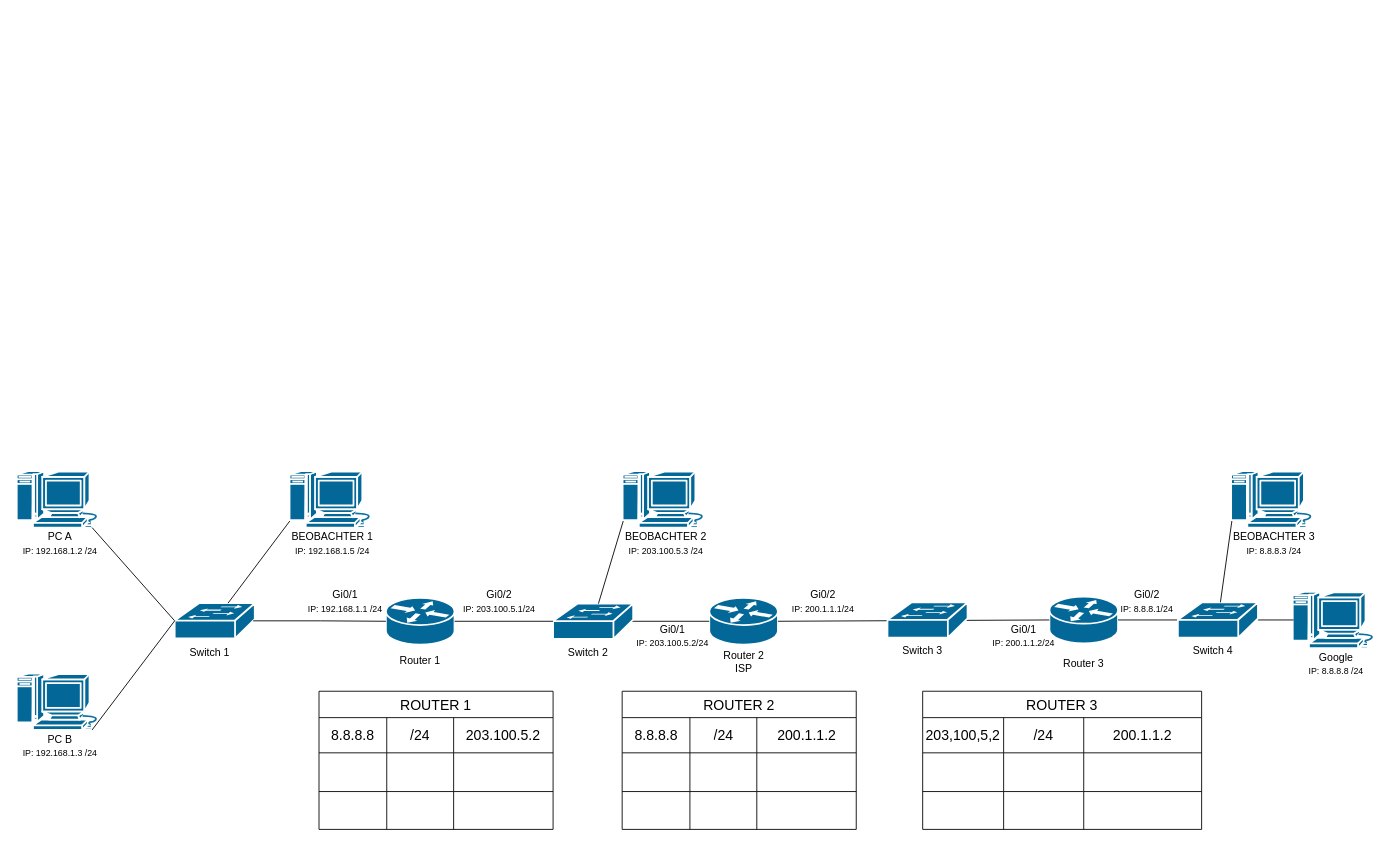
Above: Ubung NAT.drawio in PLAD26/-MAC-Tabellen-und-Switching- (draw.io), before the change. Source tidied: cells renumbered, new cells numbered last; positions are measured from the earlier drawing's top-left corner, leaving out a move shared by most shapes. Both pictures are drawn from the tidied source at 88%, with x=0, y=0 at pixel (16, 471).
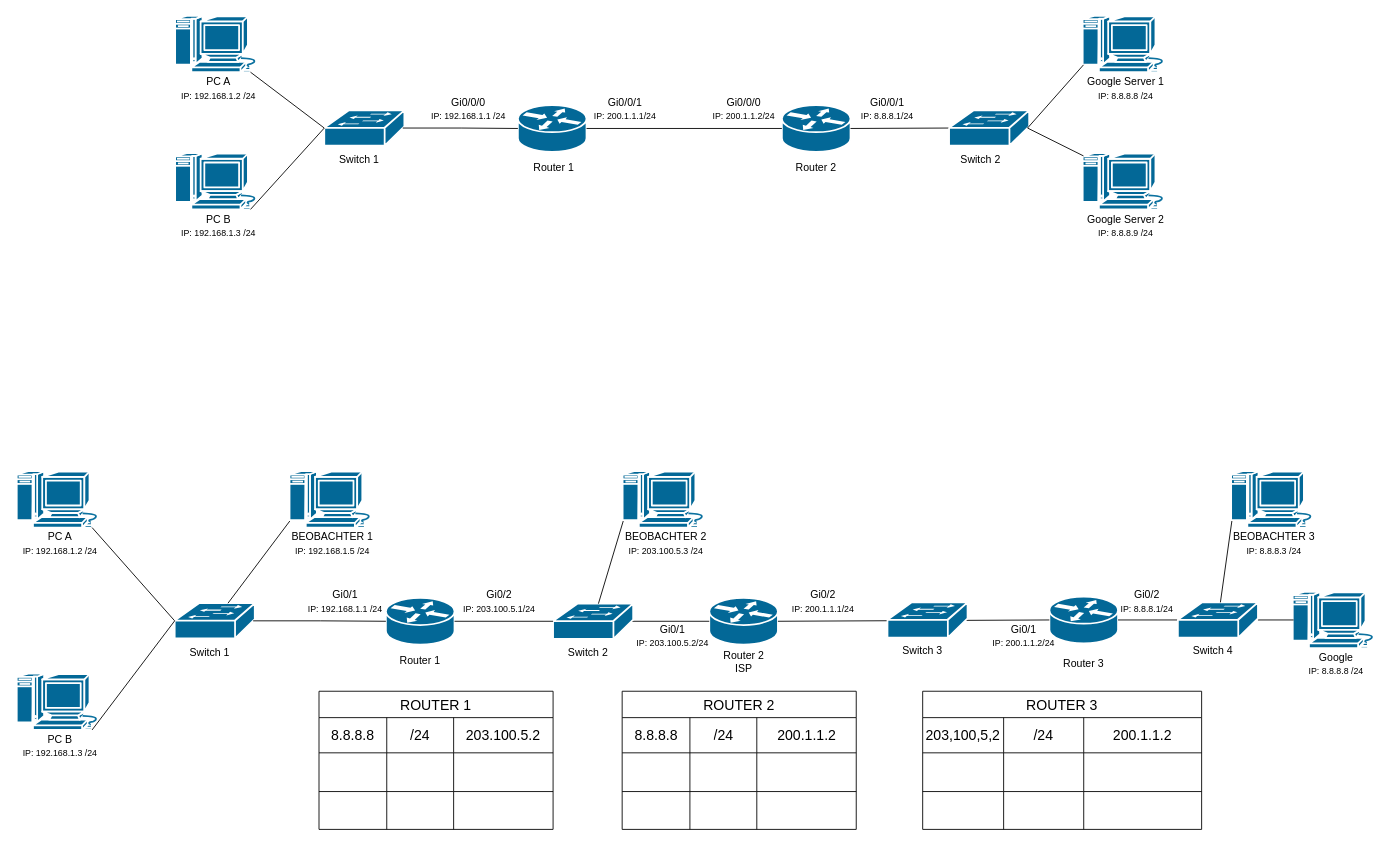
After the change.

Change to the diagram source:
```diff
@@
+    <mxCell id="84" style="sketch=0;html=1;dashed=0;fillColor=#036897;strokeColor=#ffffff;strokeWidth=2;verticalLabelPosition=bottom;verticalAlign=top;align=center;outlineConnect=0;shape=mxgraph.cisco.computers_and_peripherals.macintosh;" parent="1" vertex="1">
+      <mxGeometry x="180" y="-517.5" width="99" height="64" as="geometry" />
+    </mxCell>
+    <mxCell id="85" style="sketch=0;html=1;dashed=0;fillColor=#036897;strokeColor=#ffffff;strokeWidth=2;verticalLabelPosition=bottom;verticalAlign=top;align=center;outlineConnect=0;shape=mxgraph.cisco.computers_and_peripherals.macintosh;" parent="1" vertex="1">
+      <mxGeometry x="180" y="-361.5" width="99" height="64" as="geometry" />
+    </mxCell>
+    <mxCell id="86" style="strokeColor=#ffffff;sketch=0;html=1;dashed=0;fillColor=#036897;strokeWidth=2;verticalLabelPosition=bottom;verticalAlign=top;align=center;outlineConnect=0;shape=mxgraph.cisco.switches.workgroup_switch;" parent="1" vertex="1">
+      <mxGeometry x="350" y="-410" width="91" height="40" as="geometry" />
+    </mxCell>
+    <mxCell id="87" style="strokeColor=#ffffff;sketch=0;html=1;dashed=0;fillColor=#036897;strokeWidth=2;verticalLabelPosition=bottom;verticalAlign=top;align=center;outlineConnect=0;shape=mxgraph.cisco.routers.router;" parent="1" vertex="1">
+      <mxGeometry x="570" y="-416" width="78" height="53" as="geometry" />
+    </mxCell>
+    <mxCell id="88" style="rounded=0;jettySize=auto;html=1;exitX=0.87;exitY=1;exitDx=0;exitDy=0;exitPerimeter=0;entryX=0;entryY=0.5;entryDx=0;entryDy=0;entryPerimeter=0;endArrow=none;endFill=0;" parent="1" edge="1" source="84" target="86">
+      <mxGeometry relative="1" as="geometry" />
+    </mxCell>
+    <mxCell id="89" style="rounded=0;jettySize=auto;html=1;exitX=0.87;exitY=1;exitDx=0;exitDy=0;exitPerimeter=0;entryX=0;entryY=0.5;entryDx=0;entryDy=0;entryPerimeter=0;endArrow=none;endFill=0;" parent="1" edge="1" source="85" target="86">
+      <mxGeometry relative="1" as="geometry" />
+    </mxCell>
+    <mxCell id="90" style="edgeStyle=orthogonalEdgeStyle;rounded=0;jettySize=auto;html=1;exitX=0.98;exitY=0.5;exitDx=0;exitDy=0;exitPerimeter=0;entryX=0;entryY=0.5;entryDx=0;entryDy=0;entryPerimeter=0;endArrow=none;endFill=0;" parent="1" edge="1" source="86" target="87">
+      <mxGeometry relative="1" as="geometry" />
+    </mxCell>
+    <mxCell id="91" value="PC A&lt;div&gt;&lt;font style=&quot;font-size: 10px;&quot;&gt;IP: 192.168.1.2 /24&lt;/font&gt;&lt;/div&gt;" style="text;html=1;whiteSpace=wrap;strokeColor=none;fillColor=none;align=center;verticalAlign=middle;rounded=0;" parent="1" vertex="1">
+      <mxGeometry x="185.6" y="-453.5" width="87.8" height="36" as="geometry" />
+    </mxCell>
+    <mxCell id="92" value="PC B&lt;div&gt;&lt;font style=&quot;font-size: 10px;&quot;&gt;IP: 192.168.1.3 /24&lt;/font&gt;&lt;/div&gt;" style="text;html=1;whiteSpace=wrap;strokeColor=none;fillColor=none;align=center;verticalAlign=middle;rounded=0;" parent="1" vertex="1">
+      <mxGeometry x="185.6" y="-297.5" width="87.8" height="36" as="geometry" />
+    </mxCell>
+    <mxCell id="93" value="Gi0/0/0&lt;br&gt;&lt;div&gt;&lt;font style=&quot;font-size: 10px;&quot;&gt;IP: 192.168.1.1 /24&lt;/font&gt;&lt;/div&gt;" style="text;html=1;whiteSpace=wrap;strokeColor=none;fillColor=none;align=center;verticalAlign=middle;rounded=0;" parent="1" vertex="1">
+      <mxGeometry x="470" y="-430" width="87.8" height="36" as="geometry" />
+    </mxCell>
+    <mxCell id="94" value="Router 1" style="text;html=1;whiteSpace=wrap;strokeColor=none;fillColor=none;align=center;verticalAlign=middle;rounded=0;" parent="1" vertex="1">
+      <mxGeometry x="581" y="-360" width="60" height="30" as="geometry" />
+    </mxCell>
+    <mxCell id="95" value="Switch 1" style="text;html=1;whiteSpace=wrap;strokeColor=none;fillColor=none;align=center;verticalAlign=middle;rounded=0;" parent="1" vertex="1">
+      <mxGeometry x="360" y="-369.5" width="60" height="30" as="geometry" />
+    </mxCell>
+    <mxCell id="96" style="strokeColor=#ffffff;sketch=0;html=1;dashed=0;fillColor=#036897;strokeWidth=2;verticalLabelPosition=bottom;verticalAlign=top;align=center;outlineConnect=0;shape=mxgraph.cisco.routers.router;" parent="1" vertex="1">
+      <mxGeometry x="870" y="-416" width="78" height="53" as="geometry" />
+    </mxCell>
+    <mxCell id="97" style="sketch=0;html=1;dashed=0;fillColor=#036897;strokeColor=#ffffff;strokeWidth=2;verticalLabelPosition=bottom;verticalAlign=top;align=center;outlineConnect=0;shape=mxgraph.cisco.computers_and_peripherals.macintosh;" parent="1" vertex="1">
+      <mxGeometry x="1211.3" y="-517.5" width="99" height="64" as="geometry" />
+    </mxCell>
+    <mxCell id="98" value="Google Server 1&lt;br&gt;&lt;div&gt;&lt;font style=&quot;font-size: 10px;&quot;&gt;IP: 8.8.8.8 /24&lt;/font&gt;&lt;/div&gt;" style="text;html=1;whiteSpace=wrap;strokeColor=none;fillColor=none;align=center;verticalAlign=middle;rounded=0;" parent="1" vertex="1">
+      <mxGeometry x="1201.6" y="-453.5" width="118.4" height="36" as="geometry" />
+    </mxCell>
+    <mxCell id="99" value="Router 2" style="text;html=1;whiteSpace=wrap;strokeColor=none;fillColor=none;align=center;verticalAlign=middle;rounded=0;" parent="1" vertex="1">
+      <mxGeometry x="879" y="-360.5" width="60" height="30" as="geometry" />
+    </mxCell>
+    <mxCell id="100" value="Gi0/0/1&lt;br&gt;&lt;div&gt;&lt;font style=&quot;font-size: 10px;&quot;&gt;IP: 8.8.8.1/24&lt;/font&gt;&lt;/div&gt;" style="text;html=1;whiteSpace=wrap;strokeColor=none;fillColor=none;align=center;verticalAlign=middle;rounded=0;" parent="1" vertex="1">
+      <mxGeometry x="939" y="-430" width="102" height="36" as="geometry" />
+    </mxCell>
+    <mxCell id="101" style="rounded=0;jettySize=auto;html=1;exitX=1;exitY=0.5;exitDx=0;exitDy=0;exitPerimeter=0;entryX=0.015;entryY=0.5;entryDx=0;entryDy=0;entryPerimeter=0;endArrow=none;endFill=0;" parent="1" edge="1" source="96" target="102">
+      <mxGeometry relative="1" as="geometry" />
+    </mxCell>
+    <mxCell id="102" style="strokeColor=#ffffff;sketch=0;html=1;dashed=0;fillColor=#036897;strokeWidth=2;verticalLabelPosition=bottom;verticalAlign=top;align=center;outlineConnect=0;shape=mxgraph.cisco.switches.workgroup_switch;" parent="1" vertex="1">
+      <mxGeometry x="1060" y="-410" width="91" height="40" as="geometry" />
+    </mxCell>
+    <mxCell id="103" value="Switch 2" style="text;html=1;whiteSpace=wrap;strokeColor=none;fillColor=none;align=center;verticalAlign=middle;rounded=0;" parent="1" vertex="1">
+      <mxGeometry x="1066" y="-369" width="60" height="30" as="geometry" />
+    </mxCell>
+    <mxCell id="104" style="edgeStyle=orthogonalEdgeStyle;rounded=0;jettySize=auto;html=1;exitX=1;exitY=0.5;exitDx=0;exitDy=0;exitPerimeter=0;entryX=0;entryY=0.5;entryDx=0;entryDy=0;entryPerimeter=0;endArrow=none;endFill=0;" parent="1" edge="1" source="87" target="96">
+      <mxGeometry relative="1" as="geometry" />
+    </mxCell>
+    <mxCell id="105" value="Gi0/0/1&lt;br&gt;&lt;div&gt;&lt;font style=&quot;font-size: 10px;&quot;&gt;IP: 200.1.1.1/24&lt;/font&gt;&lt;/div&gt;" style="text;html=1;whiteSpace=wrap;strokeColor=none;fillColor=none;align=center;verticalAlign=middle;rounded=0;" parent="1" vertex="1">
+      <mxGeometry x="641" y="-430" width="102" height="36" as="geometry" />
+    </mxCell>
+    <mxCell id="106" value="Gi0/0/0&lt;br&gt;&lt;div&gt;&lt;font style=&quot;font-size: 10px;&quot;&gt;IP: 200.1.1.2/24&lt;/font&gt;&lt;/div&gt;" style="text;html=1;whiteSpace=wrap;strokeColor=none;fillColor=none;align=center;verticalAlign=middle;rounded=0;" parent="1" vertex="1">
+      <mxGeometry x="775.5" y="-430" width="102" height="36" as="geometry" />
+    </mxCell>
+    <mxCell id="107" style="sketch=0;html=1;dashed=0;fillColor=#036897;strokeColor=#ffffff;strokeWidth=2;verticalLabelPosition=bottom;verticalAlign=top;align=center;outlineConnect=0;shape=mxgraph.cisco.computers_and_peripherals.macintosh;" parent="1" vertex="1">
+      <mxGeometry x="1211.3" y="-361.5" width="99" height="64" as="geometry" />
+    </mxCell>
+    <mxCell id="108" value="Google Server 2&lt;br&gt;&lt;div&gt;&lt;font style=&quot;font-size: 10px;&quot;&gt;IP: 8.8.8.9 /24&lt;/font&gt;&lt;/div&gt;" style="text;html=1;whiteSpace=wrap;strokeColor=none;fillColor=none;align=center;verticalAlign=middle;rounded=0;" parent="1" vertex="1">
+      <mxGeometry x="1201.6" y="-297.5" width="118.4" height="36" as="geometry" />
+    </mxCell>
+    <mxCell id="109" style="rounded=0;jettySize=auto;html=1;exitX=0.98;exitY=0.5;exitDx=0;exitDy=0;exitPerimeter=0;entryX=0.015;entryY=0.87;entryDx=0;entryDy=0;entryPerimeter=0;endArrow=none;endFill=0;" parent="1" edge="1" source="102" target="97">
+      <mxGeometry relative="1" as="geometry" />
+    </mxCell>
+    <mxCell id="110" style="rounded=0;jettySize=auto;html=1;exitX=0.015;exitY=0.05;exitDx=0;exitDy=0;exitPerimeter=0;entryX=0.98;entryY=0.5;entryDx=0;entryDy=0;entryPerimeter=0;endArrow=none;endFill=0;" parent="1" edge="1" source="107" target="102">
+      <mxGeometry relative="1" as="geometry" />
+    </mxCell>
```
